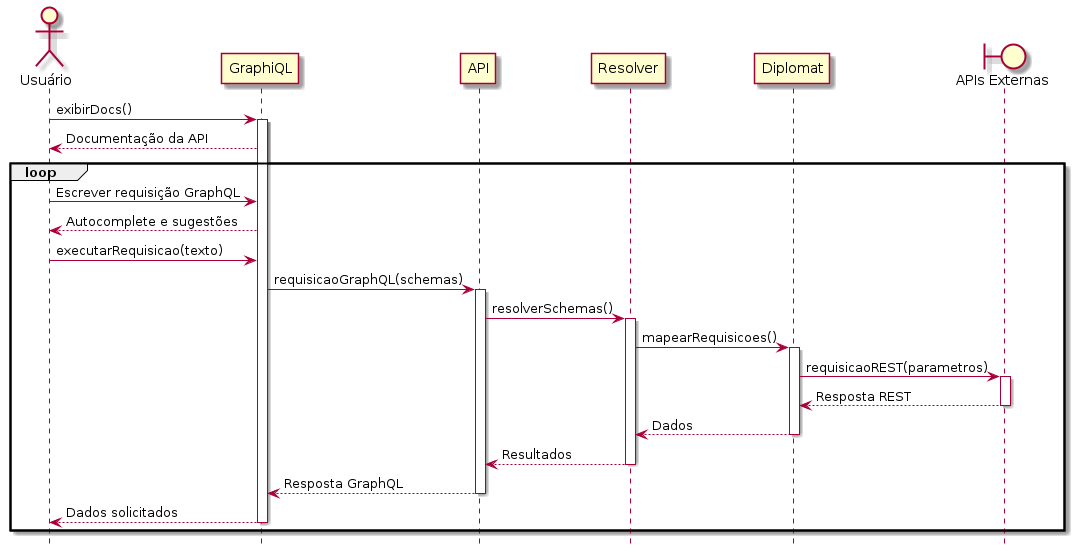
Before: Artefatos/Diagramas/Sequência/C08.png, a diagram exported from PlantUML (ICEI-PUC-Minas-PPLES-TI/plf-es-2022-1-tcci-5308100-dev-marlon-silva).
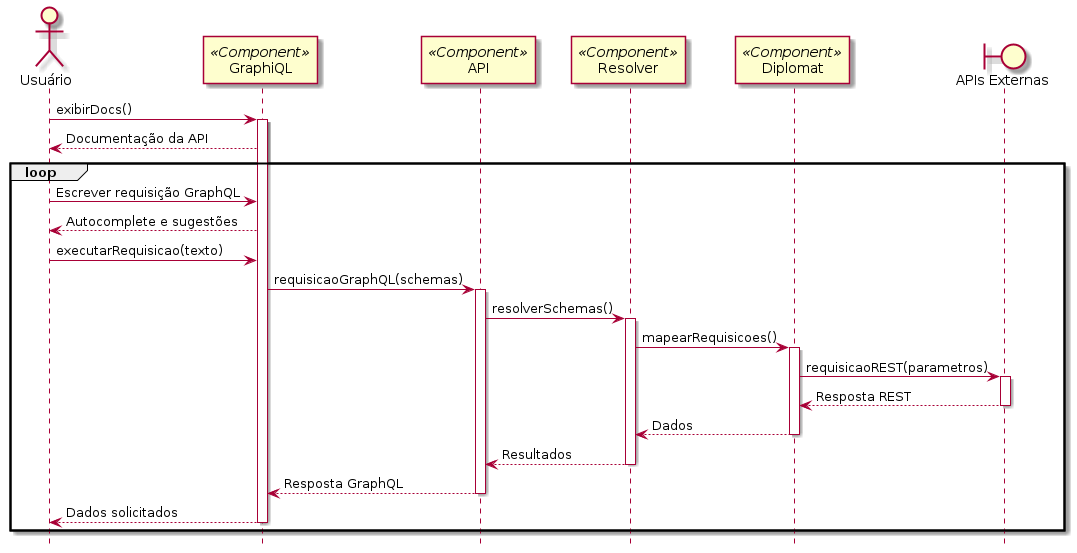
Above is the later version.

The edit, as a diff of the source:
```diff
@@ -3,10 +3,10 @@
 hide footbox
 
 actor "Usuário" as usr
-participant "GraphiQL" as gpi
-participant "API" as app
-participant "Resolver" as res
-participant "Diplomat" as dpt
+participant "GraphiQL" as gpi <<Component>>
+participant "API" as app <<Component>>
+participant "Resolver" as res <<Component>>
+participant "Diplomat" as dpt <<Component>>
 boundary "APIs Externas" as api
 
 usr -> gpi: exibirDocs()
```
